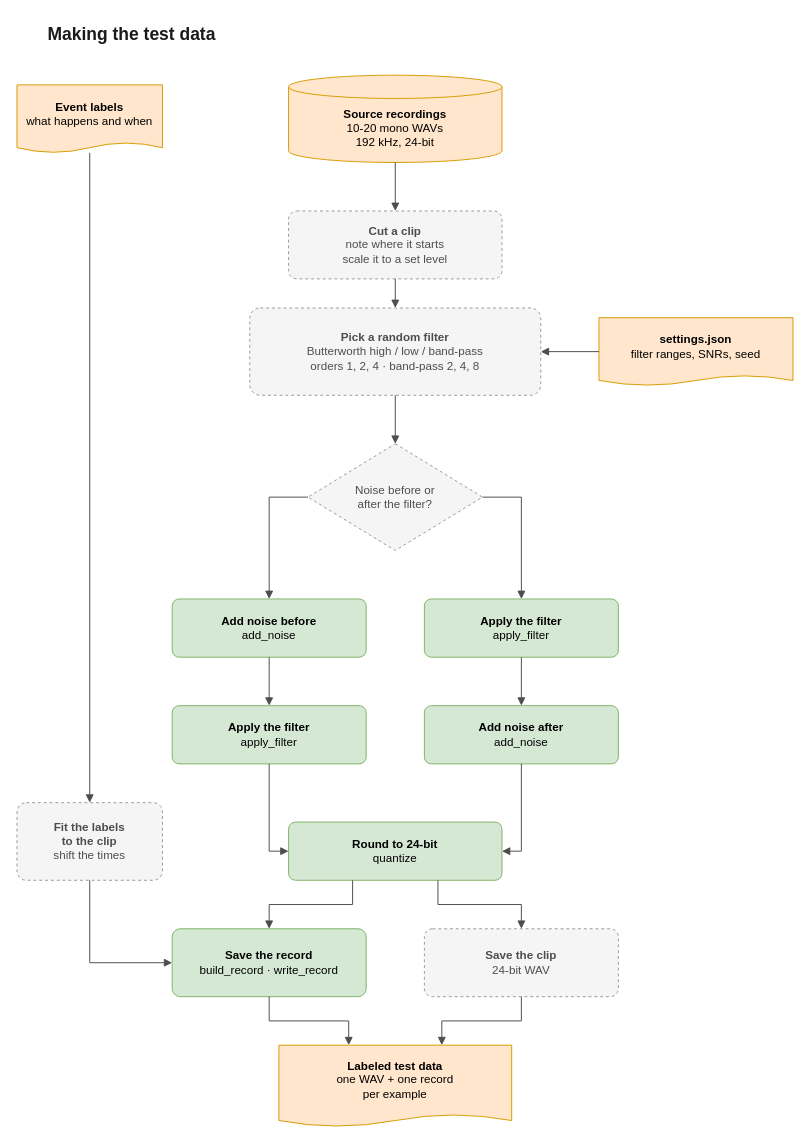
The draw.io diagram page "3 · Making the test data" (3 of 8) of docs/project-map/project-map.drawio in Dialovos/fpga-audio-source-classifier, before the edit. Source tidied: cells renumbered, new cells numbered last; positions are measured from the earlier drawing's top-left corner, leaving out a move shared by most shapes. Both pictures are drawn from the tidied source at 97%, with x=0, y=0 at pixel (16, 16).
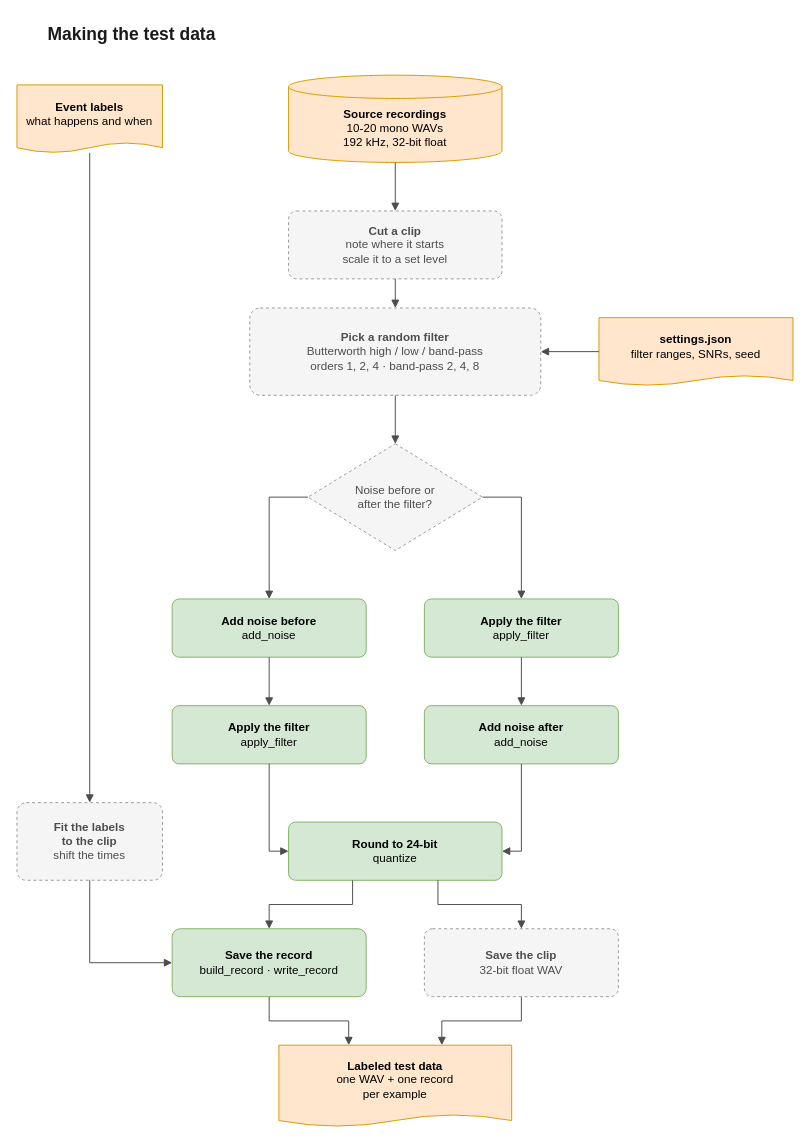
The same page after the edit.

Commit message (it also covers changes not shown here):
Shorten the project map README and show the test data as 32-bit float WAVs

Diff of the diagram source:
```diff
@@
-    <mxCell id="4" value="&lt;b&gt;Source recordings&lt;/b&gt;&lt;br&gt;10-20 mono WAVs&lt;br&gt;192 kHz, 24-bit" style="shape=cylinder3;size=12;boundedLbl=1;backgroundOutline=1;whiteSpace=wrap;html=1;fontSize=12;fillColor=#ffe6cc;strokeColor=#d79b00;" parent="1" vertex="1">
+    <mxCell id="4" value="&lt;b&gt;Source recordings&lt;/b&gt;&lt;br&gt;10-20 mono WAVs&lt;br&gt;192 kHz, 32-bit float" style="shape=cylinder3;size=12;boundedLbl=1;backgroundOutline=1;whiteSpace=wrap;html=1;fontSize=12;fillColor=#ffe6cc;strokeColor=#d79b00;" parent="1" vertex="1">
       <mxGeometry x="280" y="60" width="220" height="90" as="geometry" />
     </mxCell>
@@
-    <mxCell id="16" value="&lt;b&gt;Save the clip&lt;/b&gt;&lt;br&gt;24-bit WAV" style="rounded=1;arcSize=12;whiteSpace=wrap;html=1;fontSize=12;fillColor=#f5f5f5;strokeColor=#999999;dashed=1;fontColor=#4d4d4d;" parent="1" vertex="1">
+    <mxCell id="16" value="&lt;b&gt;Save the clip&lt;/b&gt;&lt;br&gt;32-bit float WAV" style="rounded=1;arcSize=12;whiteSpace=wrap;html=1;fontSize=12;fillColor=#f5f5f5;strokeColor=#999999;dashed=1;fontColor=#4d4d4d;" parent="1" vertex="1">
       <mxGeometry x="420" y="940" width="200" height="70" as="geometry" />
     </mxCell>
```
